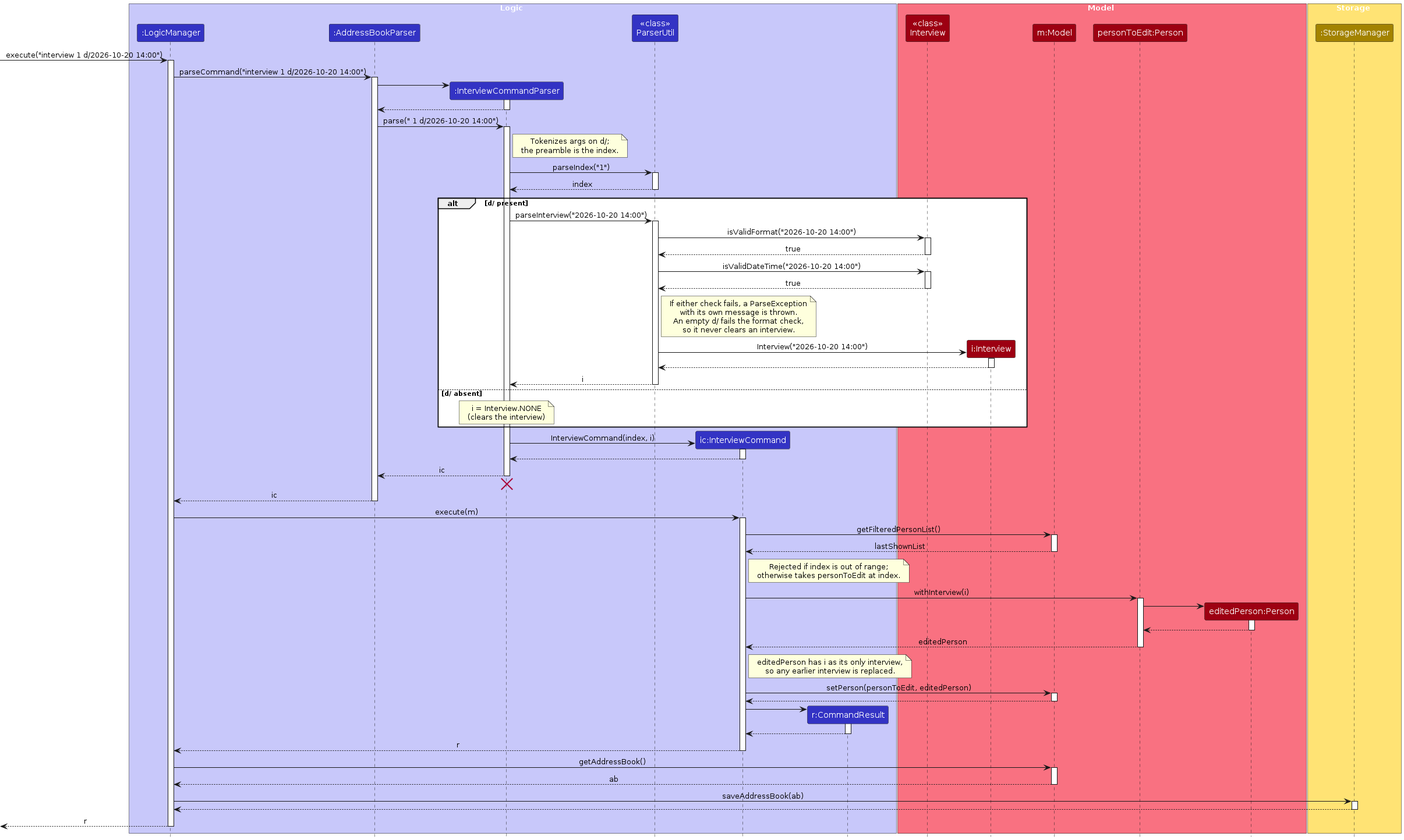
Before: diagrams/InterviewSequenceDiagram.png, a diagram exported from PlantUML (AY2627S1-CS2103-F12-3/tp). Its source is kept beside it as diagrams/InterviewSequenceDiagram.puml.
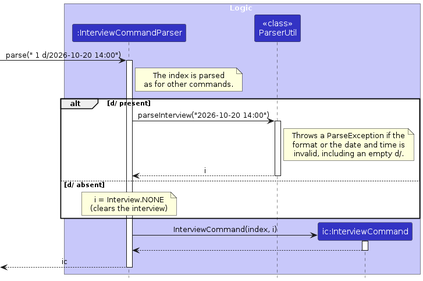
Later version of the same file.

Change to the diagram source:
```diff
@@ -3,77 +3,28 @@
 skinparam ArrowFontStyle plain
 
 box Logic LOGIC_COLOR_T1
-participant ":LogicManager" as LogicManager LOGIC_COLOR
-participant ":AddressBookParser" as AddressBookParser LOGIC_COLOR
 participant ":InterviewCommandParser" as InterviewCommandParser LOGIC_COLOR
 participant "<<class>>\nParserUtil" as ParserUtil LOGIC_COLOR
 participant "ic:InterviewCommand" as InterviewCommand LOGIC_COLOR
-participant "r:CommandResult" as CommandResult LOGIC_COLOR
 end box
 
-box Model MODEL_COLOR_T1
-participant "<<class>>\nInterview" as InterviewClass MODEL_COLOR
-participant "i:Interview" as Interview MODEL_COLOR
-participant "m:Model" as Model MODEL_COLOR
-participant "personToEdit:Person" as PersonToEdit MODEL_COLOR
-participant "editedPerson:Person" as EditedPerson MODEL_COLOR
-end box
-
-box Storage STORAGE_COLOR_T1
-participant ":StorageManager" as Storage STORAGE_COLOR
-end box
-
-[-> LogicManager : execute("interview 1 d/2026-10-20 14:00")
-activate LogicManager
-
-LogicManager -> AddressBookParser : parseCommand("interview 1 d/2026-10-20 14:00")
-activate AddressBookParser
-
-create InterviewCommandParser
-AddressBookParser -> InterviewCommandParser
-activate InterviewCommandParser
-InterviewCommandParser --> AddressBookParser
-deactivate InterviewCommandParser
-
-AddressBookParser -> InterviewCommandParser : parse(" 1 d/2026-10-20 14:00")
+[-> InterviewCommandParser : parse(" 1 d/2026-10-20 14:00")
 activate InterviewCommandParser
 
 note right of InterviewCommandParser
-Tokenizes args on d/;
-the preamble is the index.
+The index is parsed
+as for other commands.
 end note
-
-InterviewCommandParser -> ParserUtil : parseIndex("1")
-activate ParserUtil
-ParserUtil --> InterviewCommandParser : index
-deactivate ParserUtil
 
 alt d/ present
     InterviewCommandParser -> ParserUtil : parseInterview("2026-10-20 14:00")
     activate ParserUtil
 
-    ParserUtil -> InterviewClass : isValidFormat("2026-10-20 14:00")
-    activate InterviewClass
-    InterviewClass --> ParserUtil : true
-    deactivate InterviewClass
-
-    ParserUtil -> InterviewClass : isValidDateTime("2026-10-20 14:00")
-    activate InterviewClass
-    InterviewClass --> ParserUtil : true
-    deactivate InterviewClass
-
     note right of ParserUtil
-    If either check fails, a ParseException
-    with its own message is thrown.
-    An empty d/ fails the format check,
-    so it never clears an interview.
+    Throws a ParseException if the
+    format or the date and time is
+    invalid, including an empty d/.
     end note
-
-    create Interview
-    ParserUtil -> Interview : Interview("2026-10-20 14:00")
-    activate Interview
-    Interview --> ParserUtil
-    deactivate Interview
 
     ParserUtil --> InterviewCommandParser : i
     deactivate ParserUtil
@@ -90,66 +41,6 @@
 InterviewCommand --> InterviewCommandParser
 deactivate InterviewCommand
 
-InterviewCommandParser --> AddressBookParser : ic
+[<-- InterviewCommandParser : ic
 deactivate InterviewCommandParser
-InterviewCommandParser -[hidden]-> AddressBookParser
-destroy InterviewCommandParser
-
-AddressBookParser --> LogicManager : ic
-deactivate AddressBookParser
-
-LogicManager -> InterviewCommand : execute(m)
-activate InterviewCommand
-
-InterviewCommand -> Model : getFilteredPersonList()
-activate Model
-Model --> InterviewCommand : lastShownList
-deactivate Model
-
-note right of InterviewCommand
-Rejected if index is out of range;
-otherwise takes personToEdit at index.
-end note
-
-InterviewCommand -> PersonToEdit : withInterview(i)
-activate PersonToEdit
-create EditedPerson
-PersonToEdit -> EditedPerson
-activate EditedPerson
-EditedPerson --> PersonToEdit
-deactivate EditedPerson
-PersonToEdit --> InterviewCommand : editedPerson
-deactivate PersonToEdit
-
-note right of InterviewCommand
-editedPerson has i as its only interview,
-so any earlier interview is replaced.
-end note
-
-InterviewCommand -> Model : setPerson(personToEdit, editedPerson)
-activate Model
-Model --> InterviewCommand
-deactivate Model
-
-create CommandResult
-InterviewCommand -> CommandResult
-activate CommandResult
-CommandResult --> InterviewCommand
-deactivate CommandResult
-
-InterviewCommand --> LogicManager : r
-deactivate InterviewCommand
-
-LogicManager -> Model : getAddressBook()
-activate Model
-Model --> LogicManager : ab
-deactivate Model
-
-LogicManager -> Storage : saveAddressBook(ab)
-activate Storage
-Storage --> LogicManager
-deactivate Storage
-
-[<--LogicManager : r
-deactivate LogicManager
 @enduml
```
